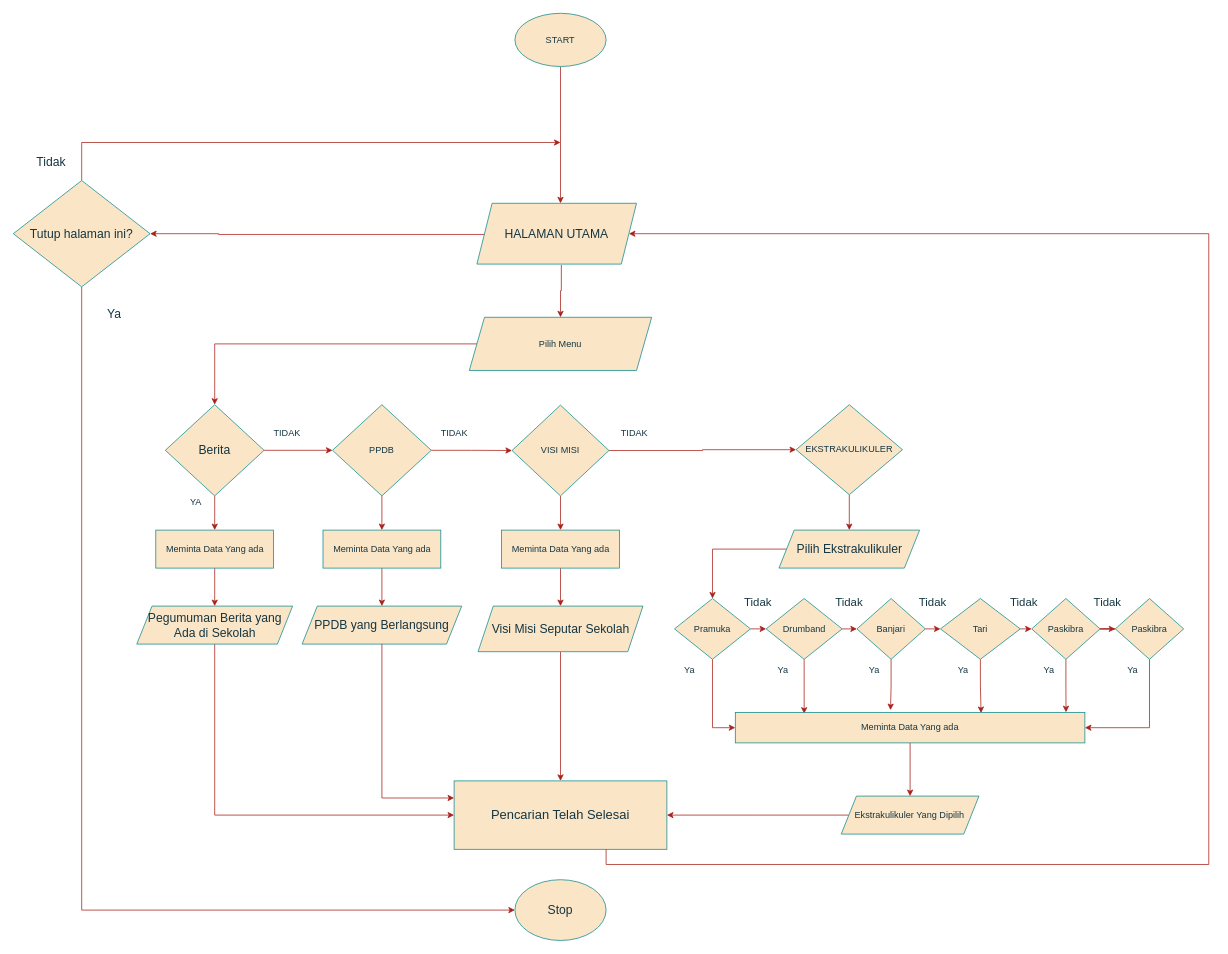
Above: analisis sistem.drawio in Sretes-PiceF/UPK (draw.io), before the change. Source tidied: cells renumbered, new cells numbered last; positions are measured from the earlier drawing's top-left corner, leaving out a move shared by most shapes. Both pictures are drawn from the tidied source at 76%, with x=0, y=0 at pixel (13, 13).
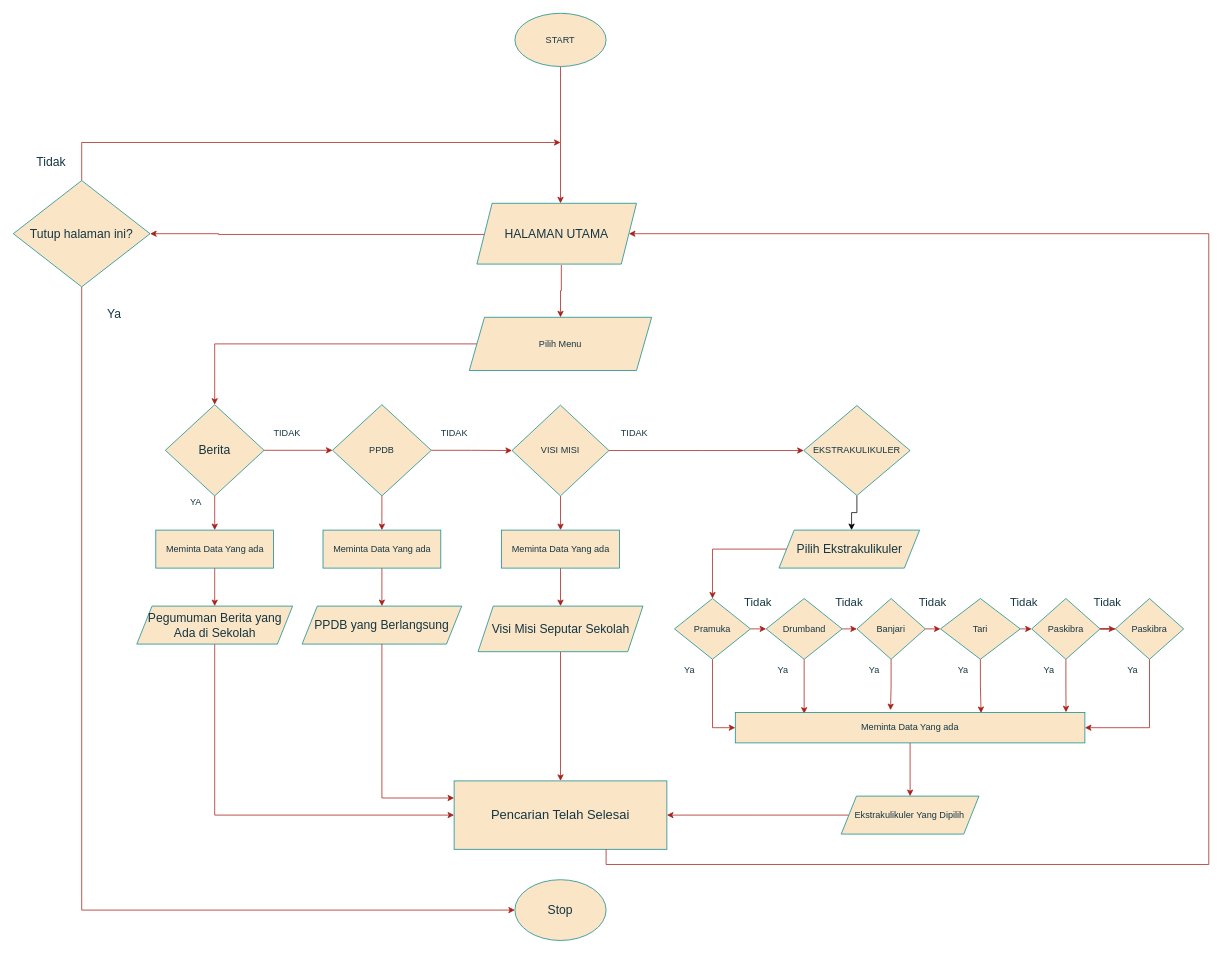
The same page after the edit.

Unchanged cells that the change refers to:
```xml
<mxCell id="27" value="VISI MISI" style="rhombus;whiteSpace=wrap;html=1;labelBackgroundColor=none;fillColor=#FAE5C7;strokeColor=#0F8B8D;fontColor=#143642;" parent="1" vertex="1">
  <mxGeometry x="656.2" y="515.6" width="127.5" height="119.4" as="geometry" />
</mxCell>
<mxCell id="46" value="&lt;font style=&quot;font-size: 16px;&quot;&gt;Pilih Ekstrakulikuler&lt;/font&gt;" style="shape=parallelogram;perimeter=parallelogramPerimeter;whiteSpace=wrap;html=1;fixedSize=1;labelBackgroundColor=none;fillColor=#FAE5C7;strokeColor=#0F8B8D;fontColor=#143642;" parent="1" vertex="1">
  <mxGeometry x="1007.5" y="680" width="185" height="50" as="geometry" />
</mxCell>
```

What changed in the source:
```diff
@@
     <mxCell id="25" style="edgeStyle=orthogonalEdgeStyle;rounded=0;jettySize=auto;html=1;exitX=1;exitY=0.5;exitDx=0;exitDy=0;entryX=0;entryY=0.5;entryDx=0;entryDy=0;labelBackgroundColor=none;strokeColor=#A8201A;fontColor=default;" parent="1" edge="1" source="27" target="30">
-      <mxGeometry relative="1" as="geometry" />
+      <mxGeometry relative="1" as="geometry">
+        <Array as="points">
+          <mxPoint x="907" y="575" />
+          <mxPoint x="1030" y="575" />
+        </Array>
+      </mxGeometry>
     </mxCell>
@@
-    <mxCell id="29" style="edgeStyle=orthogonalEdgeStyle;rounded=0;jettySize=auto;html=1;exitX=0.5;exitY=1;exitDx=0;exitDy=0;entryX=0.5;entryY=0;entryDx=0;entryDy=0;labelBackgroundColor=none;strokeColor=#A8201A;fontColor=default;" parent="1" edge="1" source="30" target="46">
-      <mxGeometry relative="1" as="geometry" />
+    <mxCell id="29" style="edgeStyle=orthogonalEdgeStyle;rounded=0;jettySize=auto;html=1;" parent="1" edge="1" source="30" target="46">
+      <mxGeometry relative="1" as="geometry">
+        <Array as="points">
+          <mxPoint x="1110" y="657" />
+          <mxPoint x="1103" y="657" />
+        </Array>
+      </mxGeometry>
     </mxCell>
     <mxCell id="30" value="EKSTRAKULIKULER" style="rhombus;whiteSpace=wrap;html=1;labelBackgroundColor=none;fillColor=#FAE5C7;strokeColor=#0F8B8D;fontColor=#143642;" parent="1" vertex="1">
-      <mxGeometry x="1030" y="515" width="140" height="118.4" as="geometry" />
+      <mxGeometry x="1040" y="516.1" width="140" height="118.4" as="geometry" />
     </mxCell>
```
